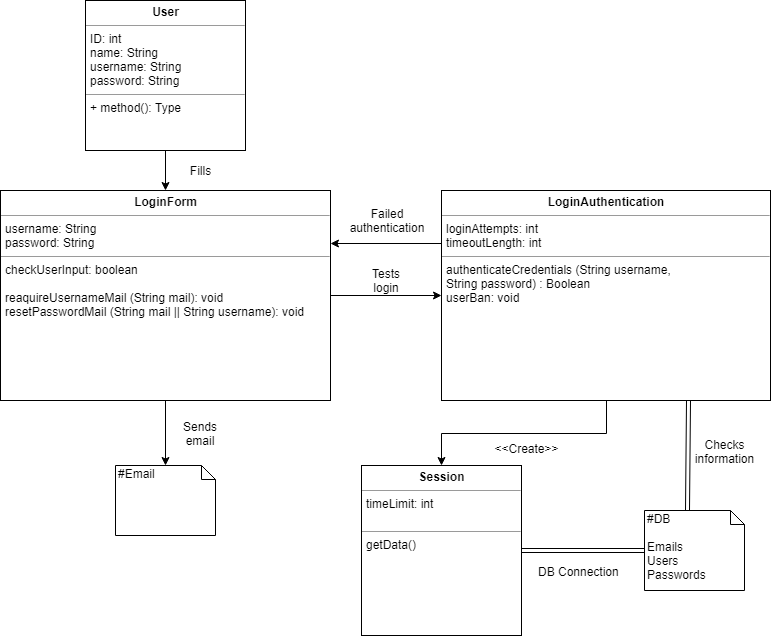
SBangslund/SE02_Projekt keeps this draw.io diagram as docs/diagrams/AnalyseDiagrammer/Login/LoginAnalyseKlasseDiagram.png. Above is the earlier version. Source tidied: cells renumbered, new cells last; positions are measured from the earlier drawing's top-left corner, leaving out a move shared by most shapes.
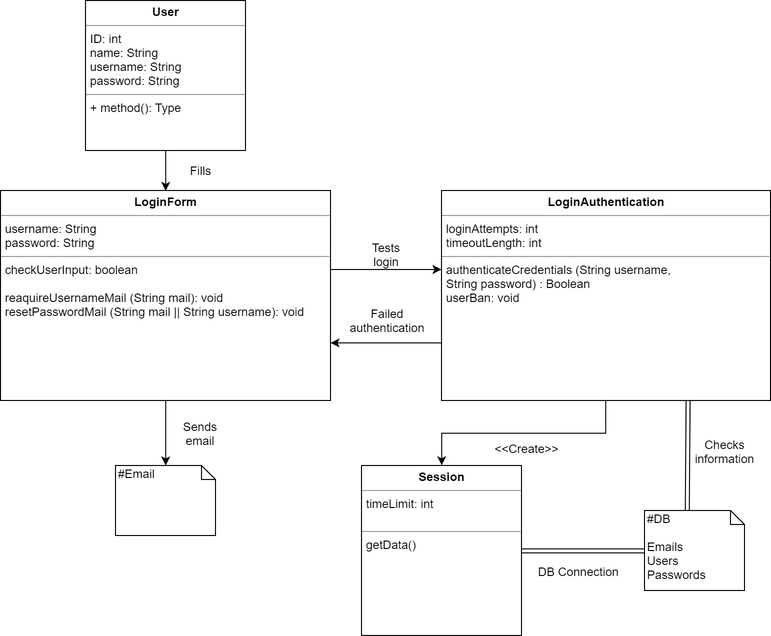
The same file after the commit.

Change to the diagram source:
```diff
@@ -5,8 +5,11 @@
     <mxCell id="2" value="&lt;p style=&quot;margin: 0px ; margin-top: 4px ; text-align: center&quot;&gt;&lt;b&gt;User&lt;/b&gt;&lt;/p&gt;&lt;hr size=&quot;1&quot;&gt;&lt;p style=&quot;margin: 0px ; margin-left: 4px&quot;&gt;&lt;span&gt;ID: int&lt;/span&gt;&lt;br&gt;&lt;/p&gt;&lt;p style=&quot;margin: 0px ; margin-left: 4px&quot;&gt;name: String&lt;/p&gt;&lt;p style=&quot;margin: 0px ; margin-left: 4px&quot;&gt;username: String&lt;/p&gt;&lt;p style=&quot;margin: 0px ; margin-left: 4px&quot;&gt;password: String&lt;/p&gt;&lt;hr size=&quot;1&quot;&gt;&lt;p style=&quot;margin: 0px ; margin-left: 4px&quot;&gt;+ method(): Type&lt;/p&gt;" style="verticalAlign=top;align=left;overflow=fill;fontSize=12;fontFamily=Helvetica;html=1;" parent="1" vertex="1">
       <mxGeometry x="85" width="160" height="150" as="geometry" />
     </mxCell>
-    <mxCell id="3" style="edgeStyle=orthogonalEdgeStyle;rounded=0;jettySize=auto;html=1;exitX=0;exitY=0.25;exitDx=0;exitDy=0;entryX=1;entryY=0.25;entryDx=0;entryDy=0;" parent="1" edge="1" source="5" target="10">
-      <mxGeometry relative="1" as="geometry" />
+    <mxCell id="3" style="edgeStyle=orthogonalEdgeStyle;rounded=0;orthogonalLoop=1;jettySize=auto;html=1;exitX=0;exitY=0.25;exitDx=0;exitDy=0;entryX=1;entryY=0.25;entryDx=0;entryDy=0;" parent="1" edge="1">
+      <mxGeometry relative="1" as="geometry">
+        <mxPoint x="441.2" y="342.4" as="sourcePoint" />
+        <mxPoint x="330" y="342.4" as="targetPoint" />
+      </mxGeometry>
     </mxCell>
     <mxCell id="4" style="edgeStyle=orthogonalEdgeStyle;rounded=0;jettySize=auto;html=1;entryX=0.5;entryY=0;entryDx=0;entryDy=0;" parent="1" edge="1" source="5" target="7">
       <mxGeometry relative="1" as="geometry" />
@@ -20,8 +23,11 @@
     <mxCell id="7" value="&lt;p style=&quot;margin: 0px ; margin-top: 4px ; text-align: center&quot;&gt;&lt;b&gt;Session&lt;/b&gt;&lt;/p&gt;&lt;hr size=&quot;1&quot;&gt;&lt;p style=&quot;margin: 0px ; margin-left: 4px&quot;&gt;timeLimit: int&lt;/p&gt;&lt;p style=&quot;margin: 0px ; margin-left: 4px&quot;&gt;&lt;br&gt;&lt;/p&gt;&lt;hr size=&quot;1&quot;&gt;&lt;p style=&quot;margin: 0px ; margin-left: 4px&quot;&gt;getData()&lt;/p&gt;" style="verticalAlign=top;align=left;overflow=fill;fontSize=12;fontFamily=Helvetica;html=1;" parent="1" vertex="1">
       <mxGeometry x="361" y="465" width="160" height="170" as="geometry" />
     </mxCell>
-    <mxCell id="8" style="edgeStyle=orthogonalEdgeStyle;rounded=0;jettySize=auto;html=1;" parent="1" edge="1" source="10" target="5">
-      <mxGeometry relative="1" as="geometry" />
+    <mxCell id="8" style="edgeStyle=orthogonalEdgeStyle;rounded=0;orthogonalLoop=1;jettySize=auto;html=1;" parent="1" edge="1">
+      <mxGeometry relative="1" as="geometry">
+        <mxPoint x="330" y="269" as="sourcePoint" />
+        <mxPoint x="441" y="269" as="targetPoint" />
+      </mxGeometry>
     </mxCell>
     <mxCell id="9" style="edgeStyle=orthogonalEdgeStyle;rounded=0;jettySize=auto;html=1;exitX=0.5;exitY=1;exitDx=0;exitDy=0;" parent="1" edge="1" source="10" target="16">
       <mxGeometry relative="1" as="geometry" />
@@ -51,10 +57,10 @@
       <mxGeometry x="180" y="422.5" width="40" height="20" as="geometry" />
     </mxCell>
     <mxCell id="18" value="Failed authentication" style="text;html=1;strokeColor=none;fillColor=none;align=center;verticalAlign=middle;whiteSpace=wrap;rounded=0;" parent="1" vertex="1">
-      <mxGeometry x="367" y="210" width="40" height="20" as="geometry" />
+      <mxGeometry x="367" y="310" width="40" height="20" as="geometry" />
     </mxCell>
     <mxCell id="19" value="Tests login" style="text;html=1;strokeColor=none;fillColor=none;align=center;verticalAlign=middle;whiteSpace=wrap;rounded=0;" parent="1" vertex="1">
-      <mxGeometry x="365.5" y="270" width="40" height="20" as="geometry" />
+      <mxGeometry x="365.5" y="244" width="40" height="20" as="geometry" />
     </mxCell>
     <mxCell id="20" style="shape=link;html=1;exitX=1;exitY=0.5;exitDx=0;exitDy=0;entryX=0;entryY=0.5;entryDx=0;entryDy=0;entryPerimeter=0;" parent="1" edge="1" source="7" target="6">
       <mxGeometry relative="1" as="geometry" />
```
